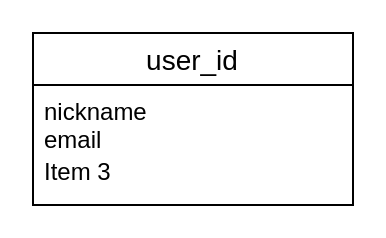
yukiukisato/original keeps this draw.io diagram as test.dio. Above is the earlier version. Source tidied: cells renumbered, new cells numbered last; positions are measured from the earlier drawing's top-left corner, leaving out a move shared by most shapes. Both pictures are drawn from the tidied source at 200%, with x=0, y=0 at pixel (32, 32).
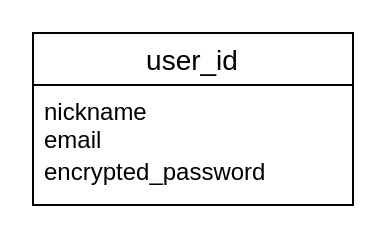
After the change.

Diff of the diagram source:
```diff
@@
 <mxGraphModel>
   <root>
     <mxCell id="0" />
     <mxCell id="1" parent="0" />
     <mxCell id="2" value="user_id" style="swimlane;fontStyle=0;horizontal=1;startSize=26;align=center;fontSize=14;" parent="1" vertex="1">
       <mxGeometry width="160" height="86" as="geometry" />
     </mxCell>
     <mxCell id="3" value="nickname&#10;email" style="text;strokeColor=none;fillColor=none;spacingLeft=4;spacingRight=4;overflow=hidden;fontSize=12;" parent="2" vertex="1">
       <mxGeometry y="26" width="160" height="30" as="geometry" />
     </mxCell>
-    <mxCell id="4" value="Item 3" style="text;strokeColor=none;fillColor=none;spacingLeft=4;spacingRight=4;overflow=hidden;fontSize=12;" parent="2" vertex="1">
+    <mxCell id="4" value="encrypted_password" style="text;strokeColor=none;fillColor=none;spacingLeft=4;spacingRight=4;overflow=hidden;fontSize=12;" parent="2" vertex="1">
       <mxGeometry y="56" width="160" height="30" as="geometry" />
     </mxCell>
   </root>
 </mxGraphModel>
```
